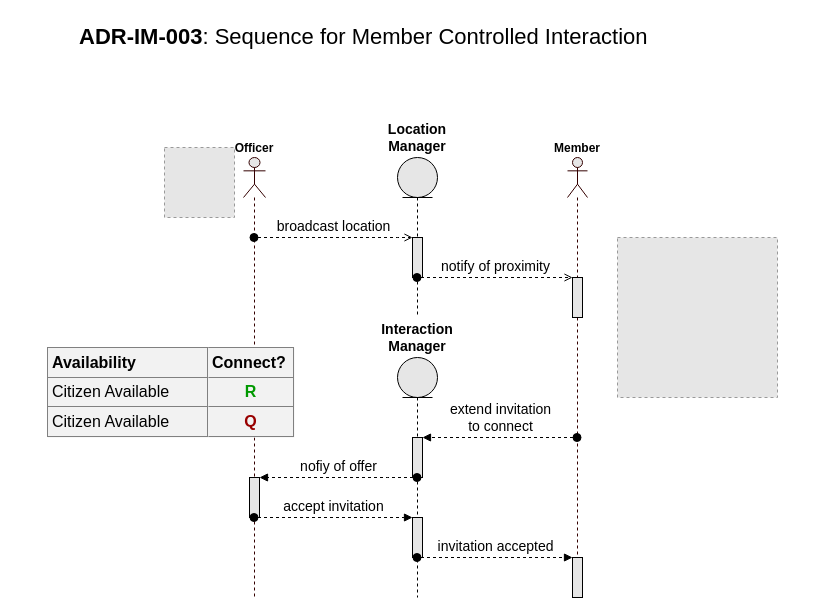
The draw.io diagram page "ADR Initiate Option 1" (4 of 5) of Solution/Interaction Manager/Community Connector - Interaction Manager - Sequence Diagram.drawio in ITDependsQ42022/Hey-Blue, before the edit. Source tidied: cells renumbered, new cells numbered last; positions are measured from the earlier drawing's top-left corner, leaving out a move shared by most shapes. Both pictures are drawn from the tidied source at 100%, with x=0, y=0 at pixel (47, 17). Pictures stored in the file or linked from it are replaced by grey dashed boxes.
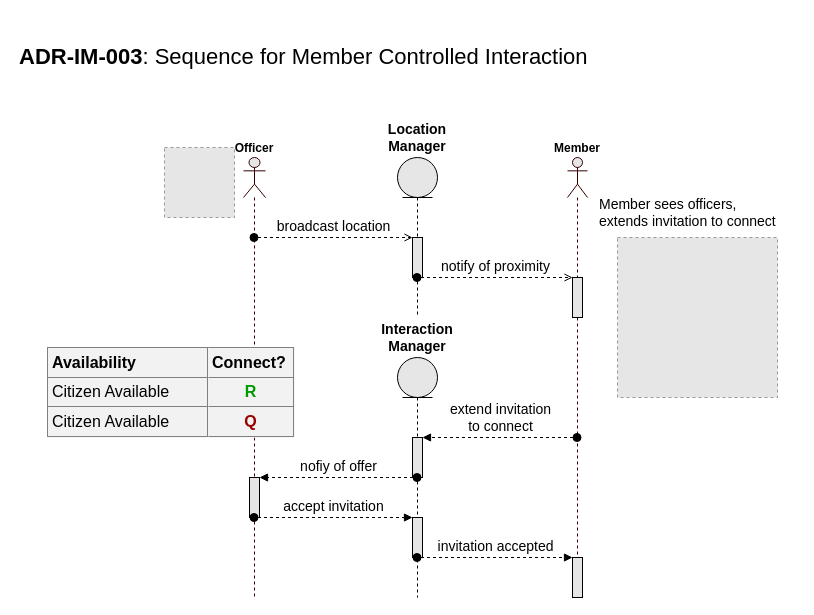
The same diagram, later.

Diff of the diagram source:
```diff
@@
     <mxCell id="10" value="&lt;b&gt;ADR-IM-003&lt;/b&gt;: Sequence for Member Controlled Interaction" style="text;html=1;strokeColor=none;fillColor=none;align=left;verticalAlign=top;whiteSpace=wrap;rounded=0;fontSize=22;" parent="1" vertex="1">
-      <mxGeometry x="30" width="640" height="80" as="geometry" />
+      <mxGeometry x="-30" y="20" width="640" height="40" as="geometry" />
     </mxCell>
@@
+    <mxCell id="24" value="Member sees officers,&lt;br&gt;extends invitation to connect" style="text;html=1;strokeColor=none;fillColor=none;align=left;verticalAlign=middle;whiteSpace=wrap;rounded=0;fontSize=14;fontColor=#000000;" parent="1" vertex="1">
+      <mxGeometry x="550" y="180" width="200" height="30" as="geometry" />
+    </mxCell>
```
